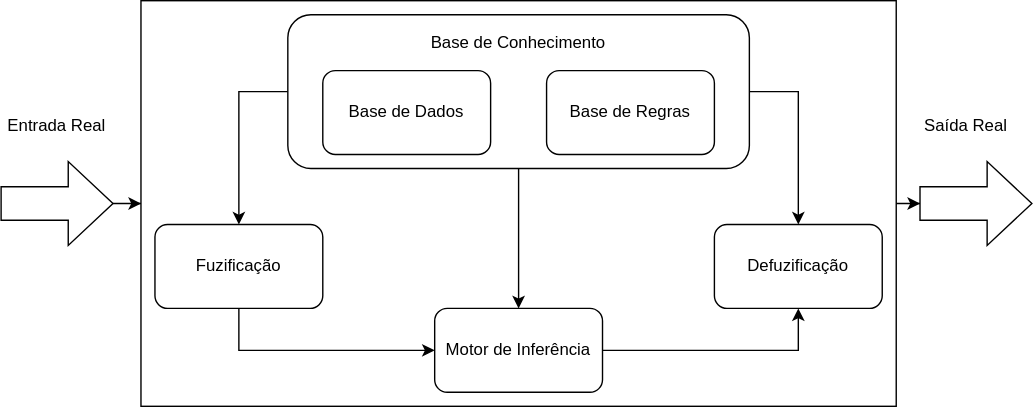
Before: SBRF.svg, a diagram exported from draw.io (AllenHichard/machine-learning-image). Source tidied: cells renumbered, new cells last; positions are measured from the earlier drawing's top-left corner, leaving out a move shared by most shapes.
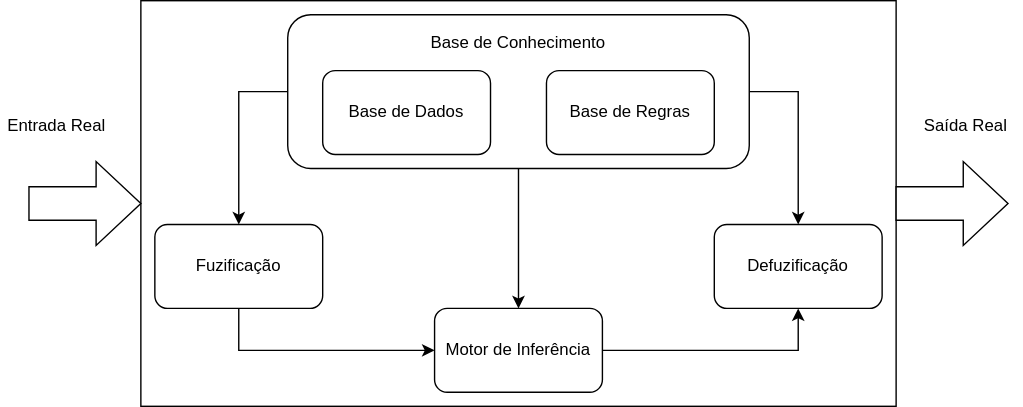
After the change.

What changed in the source:
```diff
@@ -2,9 +2,6 @@
   <root>
     <mxCell id="0" />
     <mxCell id="1" parent="0" />
-    <mxCell id="2" style="edgeStyle=orthogonalEdgeStyle;rounded=0;jettySize=auto;html=1;" parent="1" edge="1" source="3" target="24">
-      <mxGeometry relative="1" as="geometry" />
-    </mxCell>
     <mxCell id="3" style="rounded=0;whiteSpace=wrap;html=1;" parent="1" vertex="1">
       <mxGeometry x="100" width="540" height="290" as="geometry" />
     </mxCell>
@@ -62,16 +59,11 @@
     <mxCell id="21" value="Base de Regras" style="text;html=1;strokeColor=none;fillColor=none;align=center;verticalAlign=middle;whiteSpace=wrap;rounded=0;" parent="1" vertex="1">
       <mxGeometry x="405" y="70" width="90" height="20" as="geometry" />
     </mxCell>
-    <mxCell id="22" style="edgeStyle=orthogonalEdgeStyle;rounded=0;jettySize=auto;html=1;" parent="1" edge="1" source="23">
-      <mxGeometry relative="1" as="geometry">
-        <mxPoint x="100" y="145" as="targetPoint" />
-      </mxGeometry>
-    </mxCell>
     <mxCell id="23" style="shape=singleArrow;whiteSpace=wrap;html=1;arrowWidth=0.4;arrowSize=0.4;rounded=0;" parent="1" vertex="1">
-      <mxGeometry y="115" width="80" height="60" as="geometry" />
+      <mxGeometry x="20" y="115" width="80" height="60" as="geometry" />
     </mxCell>
     <mxCell id="24" style="shape=singleArrow;whiteSpace=wrap;html=1;arrowWidth=0.4;arrowSize=0.4;rounded=0;" parent="1" vertex="1">
-      <mxGeometry x="657" y="115" width="80" height="60" as="geometry" />
+      <mxGeometry x="640" y="115" width="80" height="60" as="geometry" />
     </mxCell>
     <mxCell id="25" value="Saída Real" style="text;html=1;strokeColor=none;fillColor=none;align=center;verticalAlign=middle;whiteSpace=wrap;rounded=0;" parent="1" vertex="1">
       <mxGeometry x="650" y="80" width="80" height="20" as="geometry" />
```
